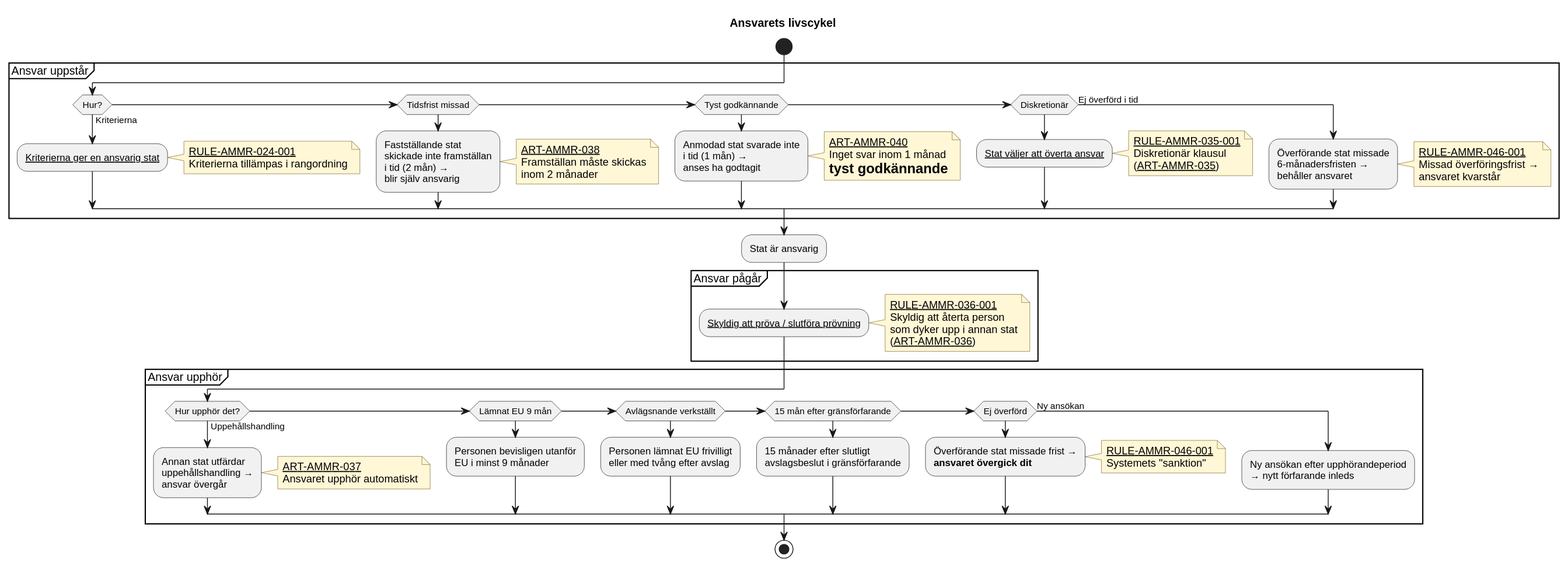
Earlier version of the PlantUML export docs/domains/responsibility/diagrams/responsibility-lifecycle.svg (chrhe894/migration_pact). The source it was exported from:
```plantuml
@startuml
title Ansvarets livscykel

skinparam shadowing false
skinparam HyperlinkColor Black
skinparam HyperlinkUnderline true
skinparam defaultFontName Arial
skinparam note {
  BackgroundColor #FFF7D6
  BorderColor #7A6A2A
}

start

partition "Ansvar uppstår" {
  if (Hur?) then (Kriterierna)
    :[[../rules/rule-ammr-024-001.md Kriterierna ger en ansvarig stat]];
    note right
      [[../rules/rule-ammr-024-001.md RULE-AMMR-024-001]]
      Kriterierna tillämpas i rangordning
    end note
  elseif (Tidsfrist missad)
    :Fastställande stat
    skickade inte framställan
    i tid (2 mån) →
    blir själv ansvarig;
    note right
      [[../articles/ammr-038.md ART-AMMR-038]]
      Framställan måste skickas
      inom 2 månader
    end note
  elseif (Tyst godkännande)
    :Anmodad stat svarade inte
    i tid (1 mån) →
    anses ha godtagit;
    note right
      [[../articles/ammr-040.md ART-AMMR-040]]
      Inget svar inom 1 månad
      = tyst godkännande
    end note
  elseif (Diskretionär)
    :[[../rules/rule-ammr-035-001.md Stat väljer att överta ansvar]];
    note right
      [[../rules/rule-ammr-035-001.md RULE-AMMR-035-001]]
      Diskretionär klausul
      ([[../articles/ammr-035.md ART-AMMR-035]])
    end note
  else (Ej överförd i tid)
    :Överförande stat missade
    6-månadersfristen →
    behåller ansvaret;
    note right
      [[../rules/rule-ammr-046-001.md RULE-AMMR-046-001]]
      Missad överföringsfrist →
      ansvaret kvarstår
    end note
  endif
}

:Stat är ansvarig;

partition "Ansvar pågår" {
  :[[../rules/rule-ammr-036-001.md Skyldig att pröva / slutföra prövning]];
  note right
    [[../rules/rule-ammr-036-001.md RULE-AMMR-036-001]]
    Skyldig att återta person
    som dyker upp i annan stat
    ([[../articles/ammr-036.md ART-AMMR-036]])
  end note
}

partition "Ansvar upphör" {
  if (Hur upphör det?) then (Uppehållshandling)
    :Annan stat utfärdar
    uppehållshandling →
    ansvar övergår;
    note right
      [[../articles/ammr-037.md ART-AMMR-037]]
      Ansvaret upphör automatiskt
    end note
  elseif (Lämnat EU 9 mån)
    :Personen bevisligen utanför
    EU i minst 9 månader;
  elseif (Avlägsnande verkställt)
    :Personen lämnat EU frivilligt
    eller med tvång efter avslag;
  elseif (15 mån efter gränsförfarande)
    :15 månader efter slutligt
    avslagsbeslut i gränsförfarande;
  elseif (Ej överförd)
    :Överförande stat missade frist →
    **ansvaret övergick dit**;
    note right
      [[../rules/rule-ammr-046-001.md RULE-AMMR-046-001]]
      Systemets "sanktion"
    end note
  else (Ny ansökan)
    :Ny ansökan efter upphörandeperiod
    → nytt förfarande inleds;
  endif
}

stop
@enduml
```
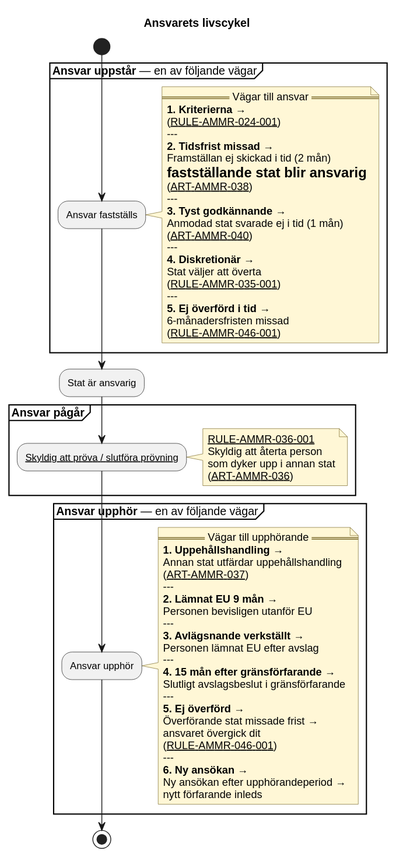
After the commit.

Commit message:
Fix for ratios in diagrams

Change to the diagram source:
```diff
@@ -12,54 +12,35 @@
 
 start
 
-partition "Ansvar uppstår" {
-  if (Hur?) then (Kriterierna)
-    :[[../rules/rule-ammr-024-001.md Kriterierna ger en ansvarig stat]];
-    note right
-      [[../rules/rule-ammr-024-001.md RULE-AMMR-024-001]]
-      Kriterierna tillämpas i rangordning
-    end note
-  elseif (Tidsfrist missad)
-    :Fastställande stat
-    skickade inte framställan
-    i tid (2 mån) →
-    blir själv ansvarig;
-    note right
-      [[../articles/ammr-038.md ART-AMMR-038]]
-      Framställan måste skickas
-      inom 2 månader
-    end note
-  elseif (Tyst godkännande)
-    :Anmodad stat svarade inte
-    i tid (1 mån) →
-    anses ha godtagit;
-    note right
-      [[../articles/ammr-040.md ART-AMMR-040]]
-      Inget svar inom 1 månad
-      = tyst godkännande
-    end note
-  elseif (Diskretionär)
-    :[[../rules/rule-ammr-035-001.md Stat väljer att överta ansvar]];
-    note right
-      [[../rules/rule-ammr-035-001.md RULE-AMMR-035-001]]
-      Diskretionär klausul
-      ([[../articles/ammr-035.md ART-AMMR-035]])
-    end note
-  else (Ej överförd i tid)
-    :Överförande stat missade
-    6-månadersfristen →
-    behåller ansvaret;
-    note right
-      [[../rules/rule-ammr-046-001.md RULE-AMMR-046-001]]
-      Missad överföringsfrist →
-      ansvaret kvarstår
-    end note
-  endif
+partition "**Ansvar uppstår** — en av följande vägar" {
+  :Ansvar fastställs;
+  note right
+    == Vägar till ansvar ==
+    **1. Kriterierna** →
+    ([[../rules/rule-ammr-024-001.md RULE-AMMR-024-001]])
+    ---
+    **2. Tidsfrist missad** →
+    Framställan ej skickad i tid (2 mån)
+    = fastställande stat blir ansvarig
+    ([[../articles/ammr-038.md ART-AMMR-038]])
+    ---
+    **3. Tyst godkännande** →
+    Anmodad stat svarade ej i tid (1 mån)
+    ([[../articles/ammr-040.md ART-AMMR-040]])
+    ---
+    **4. Diskretionär** →
+    Stat väljer att överta
+    ([[../rules/rule-ammr-035-001.md RULE-AMMR-035-001]])
+    ---
+    **5. Ej överförd i tid** →
+    6-månadersfristen missad
+    ([[../rules/rule-ammr-046-001.md RULE-AMMR-046-001]])
+  end note
 }
 
 :Stat är ansvarig;
 
-partition "Ansvar pågår" {
+partition "**Ansvar pågår**" {
   :[[../rules/rule-ammr-036-001.md Skyldig att pröva / slutföra prövning]];
   note right
     [[../rules/rule-ammr-036-001.md RULE-AMMR-036-001]]
@@ -69,35 +50,32 @@
   end note
 }
 
-partition "Ansvar upphör" {
-  if (Hur upphör det?) then (Uppehållshandling)
-    :Annan stat utfärdar
-    uppehållshandling →
-    ansvar övergår;
-    note right
-      [[../articles/ammr-037.md ART-AMMR-037]]
-      Ansvaret upphör automatiskt
-    end note
-  elseif (Lämnat EU 9 mån)
-    :Personen bevisligen utanför
-    EU i minst 9 månader;
-  elseif (Avlägsnande verkställt)
-    :Personen lämnat EU frivilligt
-    eller med tvång efter avslag;
-  elseif (15 mån efter gränsförfarande)
-    :15 månader efter slutligt
-    avslagsbeslut i gränsförfarande;
-  elseif (Ej överförd)
-    :Överförande stat missade frist →
-    **ansvaret övergick dit**;
-    note right
-      [[../rules/rule-ammr-046-001.md RULE-AMMR-046-001]]
-      Systemets "sanktion"
-    end note
-  else (Ny ansökan)
-    :Ny ansökan efter upphörandeperiod
-    → nytt förfarande inleds;
-  endif
+partition "**Ansvar upphör** — en av följande vägar" {
+  :Ansvar upphör;
+  note right
+    == Vägar till upphörande ==
+    **1. Uppehållshandling** →
+    Annan stat utfärdar uppehållshandling
+    ([[../articles/ammr-037.md ART-AMMR-037]])
+    ---
+    **2. Lämnat EU 9 mån** →
+    Personen bevisligen utanför EU
+    ---
+    **3. Avlägsnande verkställt** →
+    Personen lämnat EU efter avslag
+    ---
+    **4. 15 mån efter gränsförfarande** →
+    Slutligt avslagsbeslut i gränsförfarande
+    ---
+    **5. Ej överförd** →
+    Överförande stat missade frist →
+    ansvaret övergick dit
+    ([[../rules/rule-ammr-046-001.md RULE-AMMR-046-001]])
+    ---
+    **6. Ny ansökan** →
+    Ny ansökan efter upphörandeperiod →
+    nytt förfarande inleds
+  end note
 }
 
 stop
```
